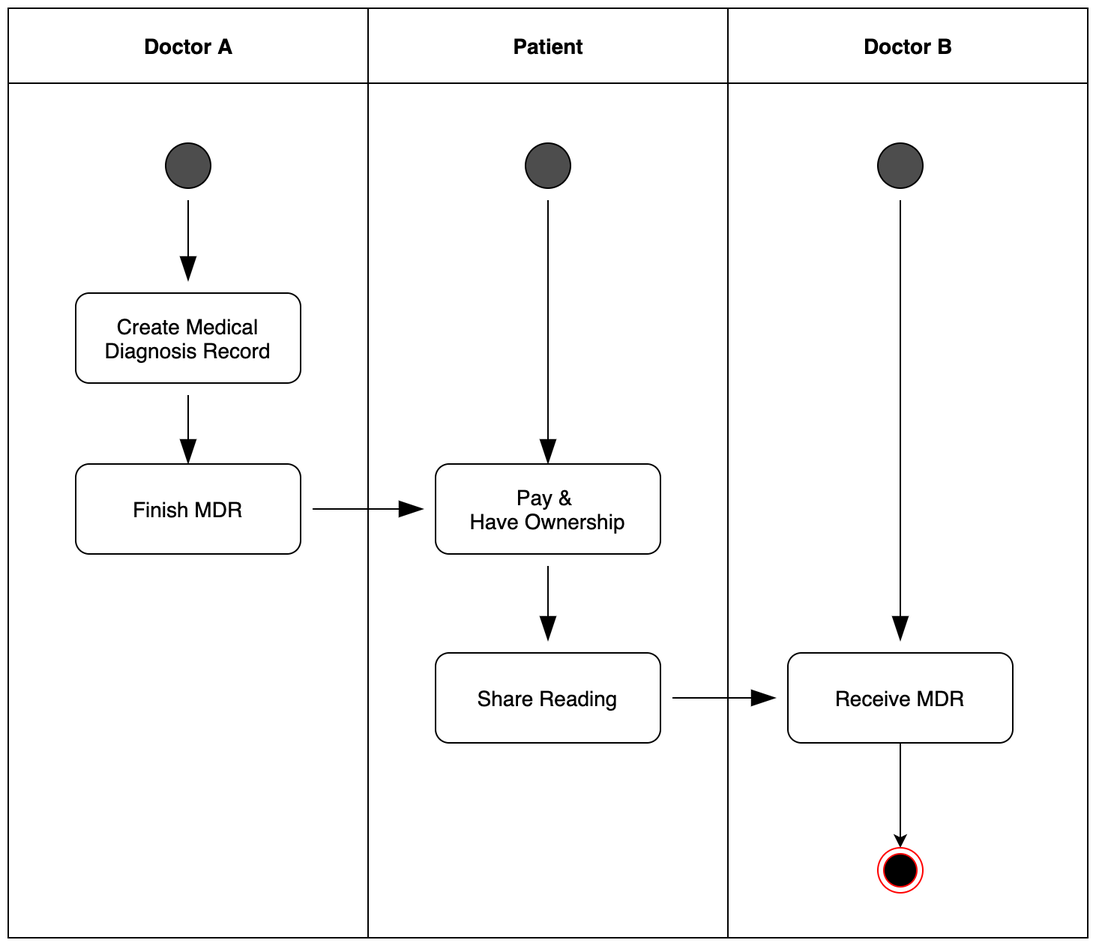
Earlier version of the draw.io export images/activity.png (vinhnguyen/nd1309-supply-chain). Source tidied: cells renumbered, new cells last; positions are measured from the earlier drawing's top-left corner, leaving out a move shared by most shapes. Source of this version:
```xml
<mxGraphModel>
  <root>
    <mxCell id="0" />
    <mxCell id="1" parent="0" />
    <mxCell id="2" style="html=1;hachureGap=4;fontSize=14;fontStyle=1;" parent="1" vertex="1">
      <mxGeometry x="240" y="50" width="240" height="570" as="geometry" />
    </mxCell>
    <mxCell id="3" value="Doctor A" style="html=1;hachureGap=4;fontSize=14;fontStyle=1;" parent="1" vertex="1">
      <mxGeometry width="240" height="50" as="geometry" />
    </mxCell>
    <mxCell id="4" style="html=1;hachureGap=4;fontSize=14;fontStyle=1;" parent="1" vertex="1">
      <mxGeometry y="50" width="240" height="570" as="geometry" />
    </mxCell>
    <mxCell id="5" style="edgeStyle=none;curved=1;rounded=0;jettySize=auto;html=1;entryX=0.5;entryY=0;entryDx=0;entryDy=0;fontSize=14;endArrow=blockThin;endFill=1;startSize=14;endSize=14;sourcePerimeterSpacing=8;targetPerimeterSpacing=8;" parent="1" edge="1" source="6" target="15">
      <mxGeometry relative="1" as="geometry" />
    </mxCell>
    <mxCell id="6" style="ellipse;whiteSpace=wrap;html=1;hachureGap=4;fontSize=14;fillColor=#4D4D4D;" parent="1" vertex="1">
      <mxGeometry x="345" y="90" width="30" height="30" as="geometry" />
    </mxCell>
    <mxCell id="7" style="edgeStyle=none;curved=1;rounded=0;jettySize=auto;html=1;entryX=0.5;entryY=0;entryDx=0;entryDy=0;fontSize=14;endArrow=blockThin;endFill=1;startSize=14;endSize=14;sourcePerimeterSpacing=8;targetPerimeterSpacing=8;" parent="1" edge="1" source="8" target="12">
      <mxGeometry relative="1" as="geometry" />
    </mxCell>
    <mxCell id="8" value="Create Medical Diagnosis Record" style="rounded=1;whiteSpace=wrap;html=1;hachureGap=4;fontSize=14;fillColor=default;" parent="1" vertex="1">
      <mxGeometry x="45" y="190" width="150" height="60" as="geometry" />
    </mxCell>
    <mxCell id="9" style="edgeStyle=none;curved=1;rounded=0;jettySize=auto;html=1;fontSize=14;endArrow=blockThin;endFill=1;startSize=14;endSize=14;sourcePerimeterSpacing=8;targetPerimeterSpacing=8;" parent="1" edge="1" source="10" target="8">
      <mxGeometry relative="1" as="geometry" />
    </mxCell>
    <mxCell id="10" style="ellipse;whiteSpace=wrap;html=1;hachureGap=4;fontSize=14;fillColor=#4D4D4D;" parent="1" vertex="1">
      <mxGeometry x="105" y="90" width="30" height="30" as="geometry" />
    </mxCell>
    <mxCell id="11" style="edgeStyle=none;curved=1;rounded=0;jettySize=auto;html=1;fontSize=14;endArrow=blockThin;endFill=1;startSize=14;endSize=14;sourcePerimeterSpacing=8;targetPerimeterSpacing=8;" parent="1" edge="1" source="12" target="15">
      <mxGeometry relative="1" as="geometry" />
    </mxCell>
    <mxCell id="12" value="Finish MDR" style="rounded=1;whiteSpace=wrap;html=1;hachureGap=4;fontSize=14;fillColor=default;" parent="1" vertex="1">
      <mxGeometry x="45" y="304" width="150" height="60" as="geometry" />
    </mxCell>
    <mxCell id="13" value="Patient" style="html=1;hachureGap=4;fontSize=14;fontStyle=1;" parent="1" vertex="1">
      <mxGeometry x="240" width="240" height="50" as="geometry" />
    </mxCell>
    <mxCell id="14" style="edgeStyle=none;curved=1;rounded=0;jettySize=auto;html=1;fontSize=14;endArrow=blockThin;endFill=1;startSize=14;endSize=14;sourcePerimeterSpacing=8;targetPerimeterSpacing=8;" parent="1" edge="1" source="15" target="19">
      <mxGeometry relative="1" as="geometry" />
    </mxCell>
    <mxCell id="15" value="Pay &amp;amp; &lt;br&gt;Have Ownership" style="rounded=1;whiteSpace=wrap;html=1;hachureGap=4;fontSize=14;fillColor=default;" parent="1" vertex="1">
      <mxGeometry x="285" y="304" width="150" height="60" as="geometry" />
    </mxCell>
    <mxCell id="16" value="Doctor B" style="html=1;hachureGap=4;fontSize=14;fontStyle=1;" parent="1" vertex="1">
      <mxGeometry x="480" width="240" height="50" as="geometry" />
    </mxCell>
    <mxCell id="17" style="html=1;hachureGap=4;fontSize=14;fontStyle=1;" parent="1" vertex="1">
      <mxGeometry x="480" y="50" width="240" height="570" as="geometry" />
    </mxCell>
    <mxCell id="18" style="edgeStyle=none;curved=1;rounded=0;jettySize=auto;html=1;fontSize=14;endArrow=blockThin;endFill=1;startSize=14;endSize=14;sourcePerimeterSpacing=8;targetPerimeterSpacing=8;" parent="1" edge="1" source="19" target="21">
      <mxGeometry relative="1" as="geometry" />
    </mxCell>
    <mxCell id="19" value="Share Reading" style="rounded=1;whiteSpace=wrap;html=1;hachureGap=4;fontSize=14;fillColor=default;" parent="1" vertex="1">
      <mxGeometry x="285" y="430" width="150" height="60" as="geometry" />
    </mxCell>
    <mxCell id="20" style="edgeStyle=orthogonalEdgeStyle;rounded=0;jettySize=auto;html=1;exitX=0.5;exitY=1;exitDx=0;exitDy=0;" parent="1" edge="1" source="21" target="24">
      <mxGeometry relative="1" as="geometry" />
    </mxCell>
    <mxCell id="21" value="Receive MDR" style="rounded=1;whiteSpace=wrap;html=1;hachureGap=4;fontSize=14;fillColor=default;" parent="1" vertex="1">
      <mxGeometry x="520" y="430" width="150" height="60" as="geometry" />
    </mxCell>
    <mxCell id="22" style="edgeStyle=none;curved=1;rounded=0;jettySize=auto;html=1;fontSize=14;endArrow=blockThin;endFill=1;startSize=14;endSize=14;sourcePerimeterSpacing=8;targetPerimeterSpacing=8;" parent="1" edge="1" source="23" target="21">
      <mxGeometry relative="1" as="geometry" />
    </mxCell>
    <mxCell id="23" style="ellipse;whiteSpace=wrap;html=1;hachureGap=4;fontSize=14;fillColor=#4D4D4D;" parent="1" vertex="1">
      <mxGeometry x="580" y="90" width="30" height="30" as="geometry" />
    </mxCell>
    <mxCell id="24" style="ellipse;html=1;shape=endState;fillColor=#000000;strokeColor=#ff0000;" parent="1" vertex="1">
      <mxGeometry x="580" y="560" width="30" height="30" as="geometry" />
    </mxCell>
  </root>
</mxGraphModel>
```
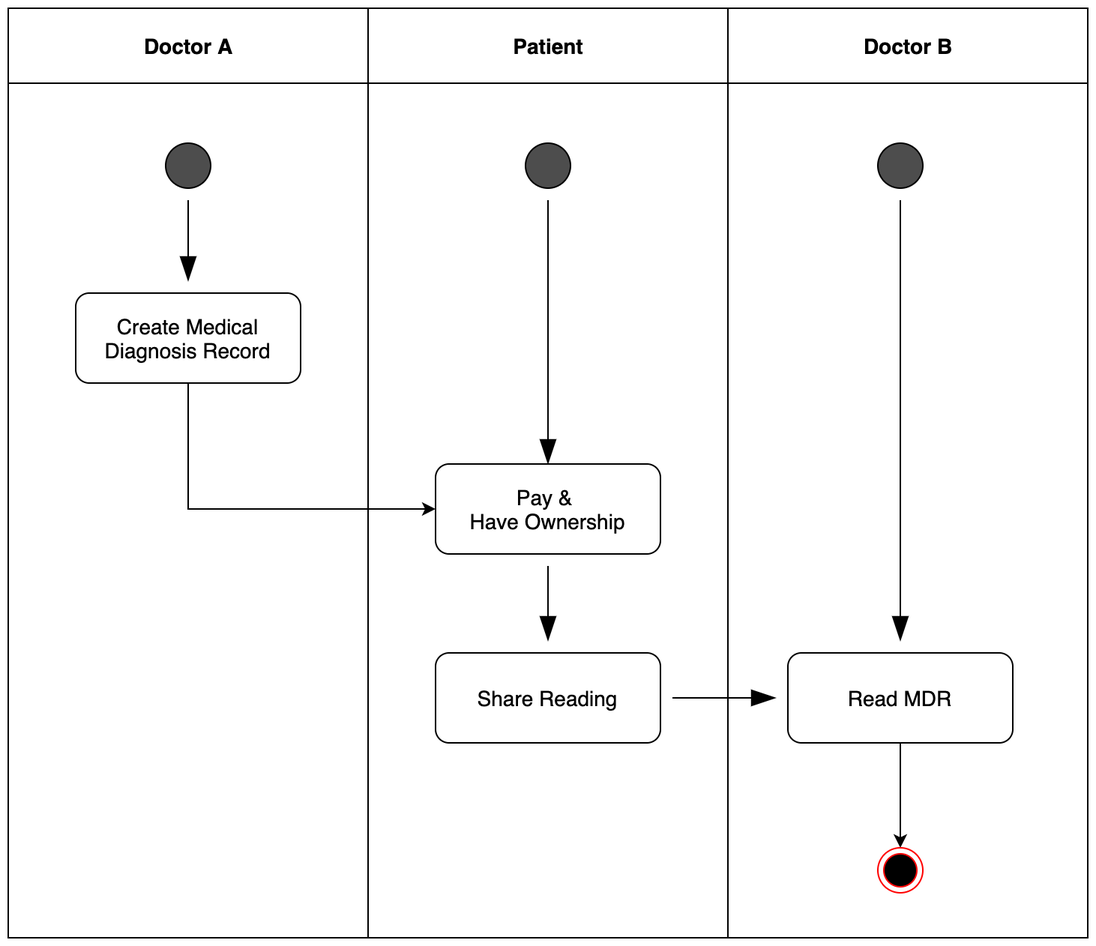
The same diagram one commit later.

What changed in the source:
```diff
@@ -17,9 +17,9 @@
     <mxCell id="6" style="ellipse;whiteSpace=wrap;html=1;hachureGap=4;fontSize=14;fillColor=#4D4D4D;" parent="1" vertex="1">
       <mxGeometry x="345" y="90" width="30" height="30" as="geometry" />
     </mxCell>
-    <mxCell id="7" style="edgeStyle=none;curved=1;rounded=0;jettySize=auto;html=1;entryX=0.5;entryY=0;entryDx=0;entryDy=0;fontSize=14;endArrow=blockThin;endFill=1;startSize=14;endSize=14;sourcePerimeterSpacing=8;targetPerimeterSpacing=8;" parent="1" edge="1" source="8" target="12">
-      <mxGeometry relative="1" as="geometry" />
-    </mxCell>
+    <mxCell id="25" style="edgeStyle=orthogonalEdgeStyle;rounded=0;jettySize=auto;html=1;exitX=0.5;exitY=1;exitDx=0;exitDy=0;entryX=0;entryY=0.5;entryDx=0;entryDy=0;" parent="1" edge="1" source="8" target="15">
+      <mxGeometry relative="1" as="geometry" />
+    </mxCell>
     <mxCell id="8" value="Create Medical Diagnosis Record" style="rounded=1;whiteSpace=wrap;html=1;hachureGap=4;fontSize=14;fillColor=default;" parent="1" vertex="1">
       <mxGeometry x="45" y="190" width="150" height="60" as="geometry" />
     </mxCell>
@@ -29,12 +29,6 @@
     <mxCell id="10" style="ellipse;whiteSpace=wrap;html=1;hachureGap=4;fontSize=14;fillColor=#4D4D4D;" parent="1" vertex="1">
       <mxGeometry x="105" y="90" width="30" height="30" as="geometry" />
     </mxCell>
-    <mxCell id="11" style="edgeStyle=none;curved=1;rounded=0;jettySize=auto;html=1;fontSize=14;endArrow=blockThin;endFill=1;startSize=14;endSize=14;sourcePerimeterSpacing=8;targetPerimeterSpacing=8;" parent="1" edge="1" source="12" target="15">
-      <mxGeometry relative="1" as="geometry" />
-    </mxCell>
-    <mxCell id="12" value="Finish MDR" style="rounded=1;whiteSpace=wrap;html=1;hachureGap=4;fontSize=14;fillColor=default;" parent="1" vertex="1">
-      <mxGeometry x="45" y="304" width="150" height="60" as="geometry" />
-    </mxCell>
     <mxCell id="13" value="Patient" style="html=1;hachureGap=4;fontSize=14;fontStyle=1;" parent="1" vertex="1">
       <mxGeometry x="240" width="240" height="50" as="geometry" />
     </mxCell>
@@ -59,7 +53,7 @@
     <mxCell id="20" style="edgeStyle=orthogonalEdgeStyle;rounded=0;jettySize=auto;html=1;exitX=0.5;exitY=1;exitDx=0;exitDy=0;" parent="1" edge="1" source="21" target="24">
       <mxGeometry relative="1" as="geometry" />
     </mxCell>
-    <mxCell id="21" value="Receive MDR" style="rounded=1;whiteSpace=wrap;html=1;hachureGap=4;fontSize=14;fillColor=default;" parent="1" vertex="1">
+    <mxCell id="21" value="Read MDR" style="rounded=1;whiteSpace=wrap;html=1;hachureGap=4;fontSize=14;fillColor=default;" parent="1" vertex="1">
       <mxGeometry x="520" y="430" width="150" height="60" as="geometry" />
     </mxCell>
     <mxCell id="22" style="edgeStyle=none;curved=1;rounded=0;jettySize=auto;html=1;fontSize=14;endArrow=blockThin;endFill=1;startSize=14;endSize=14;sourcePerimeterSpacing=8;targetPerimeterSpacing=8;" parent="1" edge="1" source="23" target="21">
```
